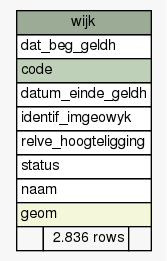
B3Partners/brmo keeps this Graphviz diagram as datamodel/schemaspy/diagrams/summary/wijk.1degree.png. Above is the earlier version. Its source is kept beside it as datamodel/schemaspy/diagrams/summary/wijk.1degree.dot. Its diagram source:
```dot
digraph "wijk" {
  graph [
    rankdir="RL"
    bgcolor="#f7f7f7"
    nodesep="0.18"
    ranksep="0.46"
    fontname="Helvetica"
    fontsize="11"
  ];
  node [
    fontname="Helvetica"
    fontsize="11"
    shape="plaintext"
  ];
  edge [
    arrowsize="0.8"
  ];
  "wijk" [
    label=<
    <TABLE BORDER="0" CELLBORDER="1" CELLSPACING="0" BGCOLOR="#ffffff">
      <TR><TD COLSPAN="3" BGCOLOR="#9bab96" ALIGN="CENTER">wijk</TD></TR>
      <TR><TD PORT="dat_beg_geldh" COLSPAN="3" ALIGN="LEFT">dat_beg_geldh</TD></TR>
      <TR><TD PORT="code" COLSPAN="3" BGCOLOR="#bed1b8" ALIGN="LEFT">code</TD></TR>
      <TR><TD PORT="datum_einde_geldh" COLSPAN="3" ALIGN="LEFT">datum_einde_geldh</TD></TR>
      <TR><TD PORT="identif_imgeowyk" COLSPAN="3" ALIGN="LEFT">identif_imgeowyk</TD></TR>
      <TR><TD PORT="relve_hoogteligging" COLSPAN="3" ALIGN="LEFT">relve_hoogteligging</TD></TR>
      <TR><TD PORT="status" COLSPAN="3" ALIGN="LEFT">status</TD></TR>
      <TR><TD PORT="naam" COLSPAN="3" ALIGN="LEFT">naam</TD></TR>
      <TR><TD PORT="geom" COLSPAN="3" BGCOLOR="#f4f7da" ALIGN="LEFT">geom</TD></TR>
      <TR><TD ALIGN="LEFT" BGCOLOR="#f7f7f7">  </TD><TD ALIGN="RIGHT" BGCOLOR="#f7f7f7">2.836 rows</TD><TD ALIGN="RIGHT" BGCOLOR="#f7f7f7">  </TD></TR>
    </TABLE>>
    URL="tables/wijk.html"
    tooltip="wijk"
  ];
}
```
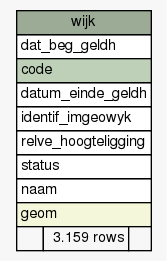
The same diagram one commit later.

Change to the diagram source:
```diff
@@ -27,7 +27,7 @@
       <TR><TD PORT="status" COLSPAN="3" ALIGN="LEFT">status</TD></TR>
       <TR><TD PORT="naam" COLSPAN="3" ALIGN="LEFT">naam</TD></TR>
       <TR><TD PORT="geom" COLSPAN="3" BGCOLOR="#f4f7da" ALIGN="LEFT">geom</TD></TR>
-      <TR><TD ALIGN="LEFT" BGCOLOR="#f7f7f7">  </TD><TD ALIGN="RIGHT" BGCOLOR="#f7f7f7">2.836 rows</TD><TD ALIGN="RIGHT" BGCOLOR="#f7f7f7">  </TD></TR>
+      <TR><TD ALIGN="LEFT" BGCOLOR="#f7f7f7">  </TD><TD ALIGN="RIGHT" BGCOLOR="#f7f7f7">3.159 rows</TD><TD ALIGN="RIGHT" BGCOLOR="#f7f7f7">  </TD></TR>
     </TABLE>>
     URL="tables/wijk.html"
     tooltip="wijk"
```
